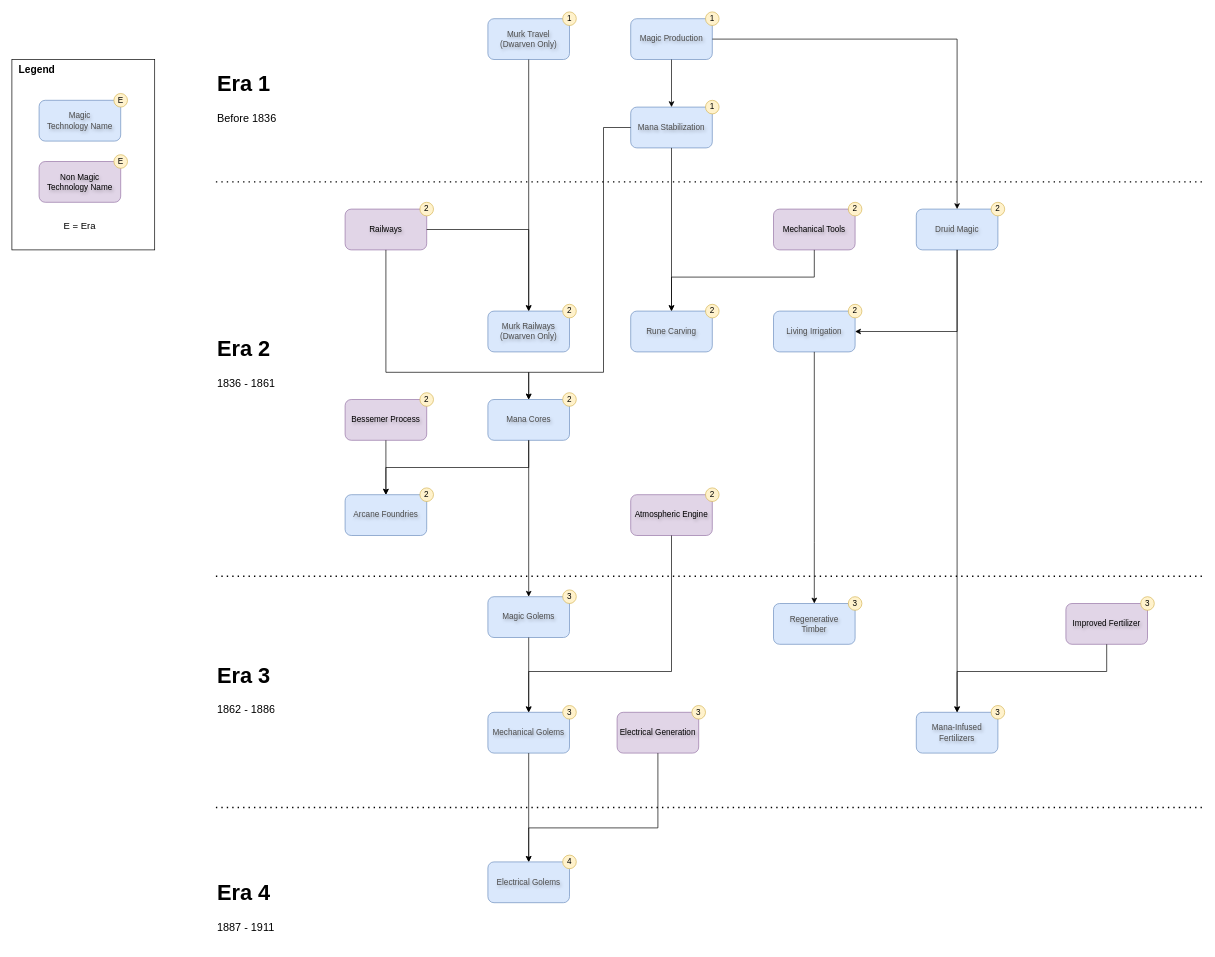
Earlier version of the draw.io diagram documentation/TECH_TREE_PRODUCTION.drawio (kaiser-chris/gate-mod). Source tidied: cells renumbered, new cells numbered last; positions are measured from the earlier drawing's top-left corner, leaving out a move shared by most shapes. Both pictures are drawn from the tidied source at 68%, with x=0, y=0 at pixel (12, 12).
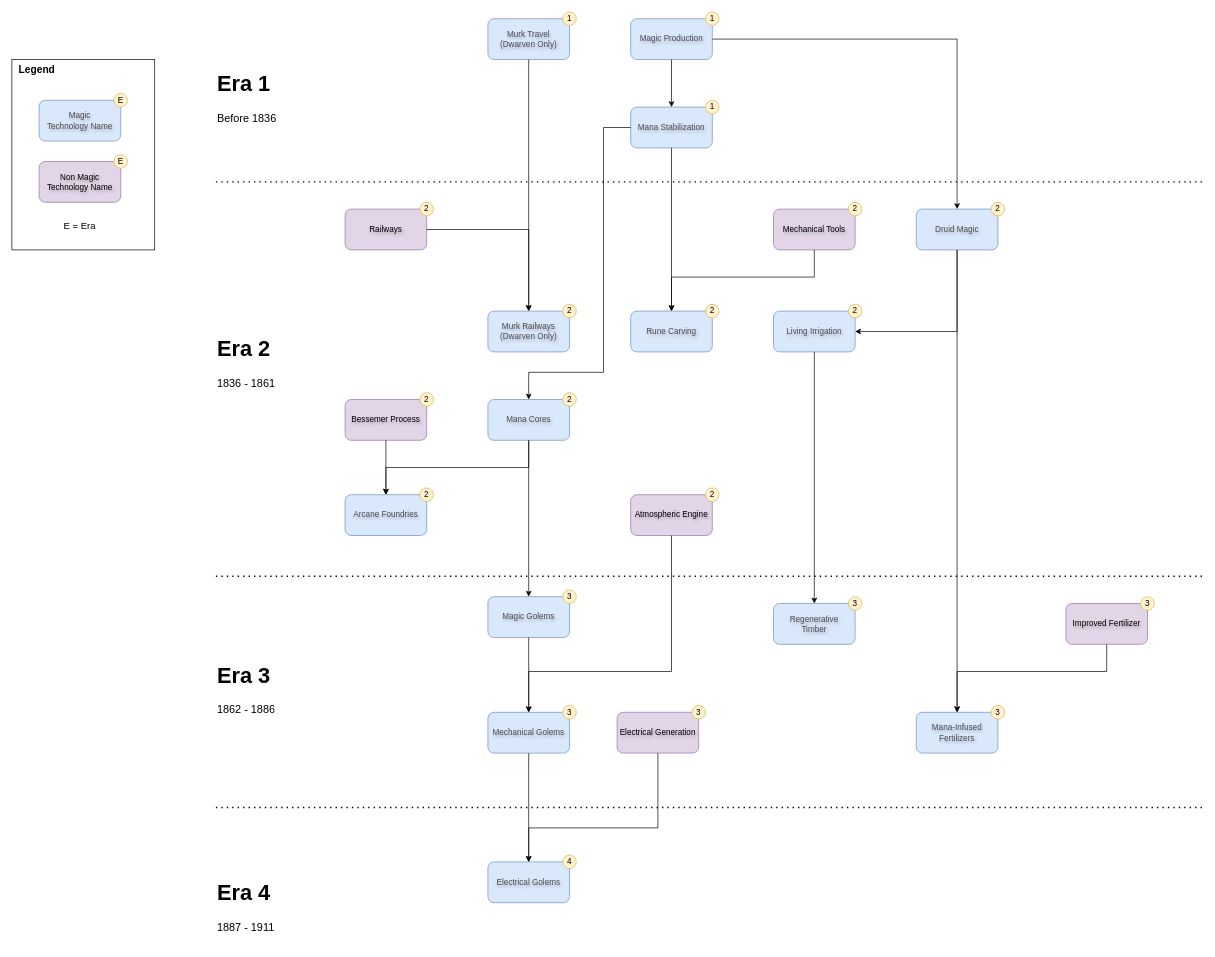
After the change.

The change refers to these unchanged cells:
```xml
<mxCell id="16" value="Mana Cores" style="rounded=1;whiteSpace=wrap;html=1;fillColor=#dae8fc;strokeColor=#6c8ebf;textShadow=1;fontColor=light-dark(#4D4D4D, #000000);" parent="15" vertex="1">
  <mxGeometry y="10" width="120" height="60" as="geometry" />
</mxCell>
<mxCell id="42" value="Railways" style="rounded=1;whiteSpace=wrap;html=1;fillColor=#e1d5e7;strokeColor=#9673a6;textShadow=1;fontColor=#000000;" parent="41" vertex="1">
  <mxGeometry y="10" width="120" height="60" as="geometry" />
</mxCell>
```

Diff of the diagram source:
```diff
@@
-    <mxCell id="46" style="edgeStyle=orthogonalEdgeStyle;rounded=0;jettySize=auto;html=1;exitX=0.5;exitY=1;exitDx=0;exitDy=0;" parent="1" edge="1" source="42" target="16">
-      <mxGeometry relative="1" as="geometry">
-        <Array as="points">
-          <mxPoint x="550" y="530" />
-          <mxPoint x="760" y="530" />
-        </Array>
-      </mxGeometry>
-    </mxCell>
```
